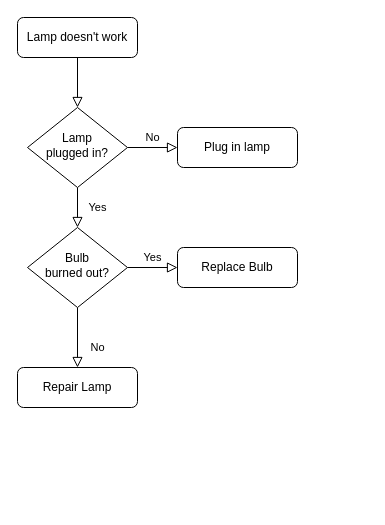
Above: dht-iot/Untitled Diagram.drawio in aitkenbug/bug-iot-station (draw.io), before the change. Source tidied: cells renumbered, new cells numbered last; positions are measured from the earlier drawing's top-left corner, leaving out a move shared by most shapes. Both pictures are drawn from the tidied source at 100%, with x=0, y=0 at pixel (17, 17).
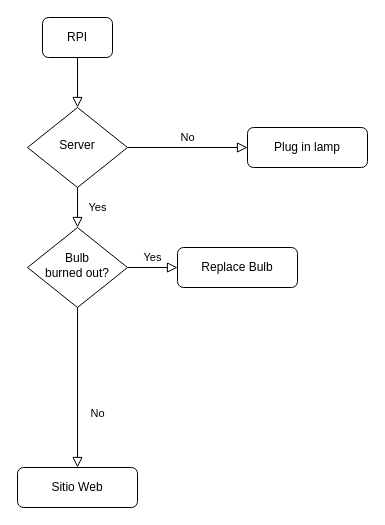
After the change.

The edit, as a diff of the source:
```diff
@@
 <mxGraphModel>
   <root>
     <mxCell id="0" />
     <mxCell id="1" parent="0" />
     <mxCell id="2" style="rounded=0;html=1;jettySize=auto;fontSize=11;endArrow=block;endFill=0;endSize=8;strokeWidth=1;shadow=0;labelBackgroundColor=none;edgeStyle=orthogonalEdgeStyle;" parent="1" edge="1" source="3" target="6">
       <mxGeometry relative="1" as="geometry" />
     </mxCell>
-    <mxCell id="3" value="Lamp doesn't work" style="rounded=1;whiteSpace=wrap;html=1;fontSize=12;glass=0;strokeWidth=1;shadow=0;" parent="1" vertex="1">
-      <mxGeometry width="120" height="40" as="geometry" />
+    <mxCell id="3" value="RPI" style="rounded=1;whiteSpace=wrap;html=1;fontSize=12;glass=0;strokeWidth=1;shadow=0;" parent="1" vertex="1">
+      <mxGeometry x="25" width="70" height="40" as="geometry" />
     </mxCell>
     <mxCell id="4" value="Yes" style="rounded=0;html=1;jettySize=auto;fontSize=11;endArrow=block;endFill=0;endSize=8;strokeWidth=1;shadow=0;labelBackgroundColor=none;edgeStyle=orthogonalEdgeStyle;" parent="1" edge="1" source="6" target="10">
       <mxGeometry y="20" relative="1" as="geometry" />
     </mxCell>
     <mxCell id="5" value="No" style="edgeStyle=orthogonalEdgeStyle;rounded=0;html=1;jettySize=auto;fontSize=11;endArrow=block;endFill=0;endSize=8;strokeWidth=1;shadow=0;labelBackgroundColor=none;" parent="1" edge="1" source="6" target="7">
       <mxGeometry y="10" relative="1" as="geometry" />
     </mxCell>
-    <mxCell id="6" value="Lamp&lt;br&gt;plugged in?" style="rhombus;whiteSpace=wrap;html=1;shadow=0;fontFamily=Helvetica;fontSize=12;align=center;strokeWidth=1;spacing=6;spacingTop=-4;" parent="1" vertex="1">
+    <mxCell id="6" value="Server" style="rhombus;whiteSpace=wrap;html=1;shadow=0;fontFamily=Helvetica;fontSize=12;align=center;strokeWidth=1;spacing=6;spacingTop=-4;" parent="1" vertex="1">
       <mxGeometry x="10" y="90" width="100" height="80" as="geometry" />
     </mxCell>
     <mxCell id="7" value="Plug in lamp" style="rounded=1;whiteSpace=wrap;html=1;fontSize=12;glass=0;strokeWidth=1;shadow=0;" parent="1" vertex="1">
-      <mxGeometry x="160" y="110" width="120" height="40" as="geometry" />
+      <mxGeometry x="230" y="110" width="120" height="40" as="geometry" />
     </mxCell>
     <mxCell id="8" value="No" style="rounded=0;html=1;jettySize=auto;fontSize=11;endArrow=block;endFill=0;endSize=8;strokeWidth=1;shadow=0;labelBackgroundColor=none;edgeStyle=orthogonalEdgeStyle;" parent="1" edge="1" source="10" target="11">
       <mxGeometry x="0.33" y="20" relative="1" as="geometry" />
     </mxCell>
     <mxCell id="9" value="Yes" style="edgeStyle=orthogonalEdgeStyle;rounded=0;html=1;jettySize=auto;fontSize=11;endArrow=block;endFill=0;endSize=8;strokeWidth=1;shadow=0;labelBackgroundColor=none;" parent="1" edge="1" source="10" target="12">
       <mxGeometry y="10" relative="1" as="geometry" />
     </mxCell>
     <mxCell id="10" value="Bulb&lt;br&gt;burned out?" style="rhombus;whiteSpace=wrap;html=1;shadow=0;fontFamily=Helvetica;fontSize=12;align=center;strokeWidth=1;spacing=6;spacingTop=-4;" parent="1" vertex="1">
       <mxGeometry x="10" y="210" width="100" height="80" as="geometry" />
     </mxCell>
-    <mxCell id="11" value="Repair Lamp" style="rounded=1;whiteSpace=wrap;html=1;fontSize=12;glass=0;strokeWidth=1;shadow=0;" parent="1" vertex="1">
-      <mxGeometry y="350" width="120" height="40" as="geometry" />
+    <mxCell id="11" value="Sitio Web" style="rounded=1;whiteSpace=wrap;html=1;fontSize=12;glass=0;strokeWidth=1;shadow=0;" parent="1" vertex="1">
+      <mxGeometry y="450" width="120" height="40" as="geometry" />
     </mxCell>
     <mxCell id="12" value="Replace Bulb" style="rounded=1;whiteSpace=wrap;html=1;fontSize=12;glass=0;strokeWidth=1;shadow=0;" parent="1" vertex="1">
       <mxGeometry x="160" y="230" width="120" height="40" as="geometry" />
     </mxCell>
   </root>
 </mxGraphModel>
```
